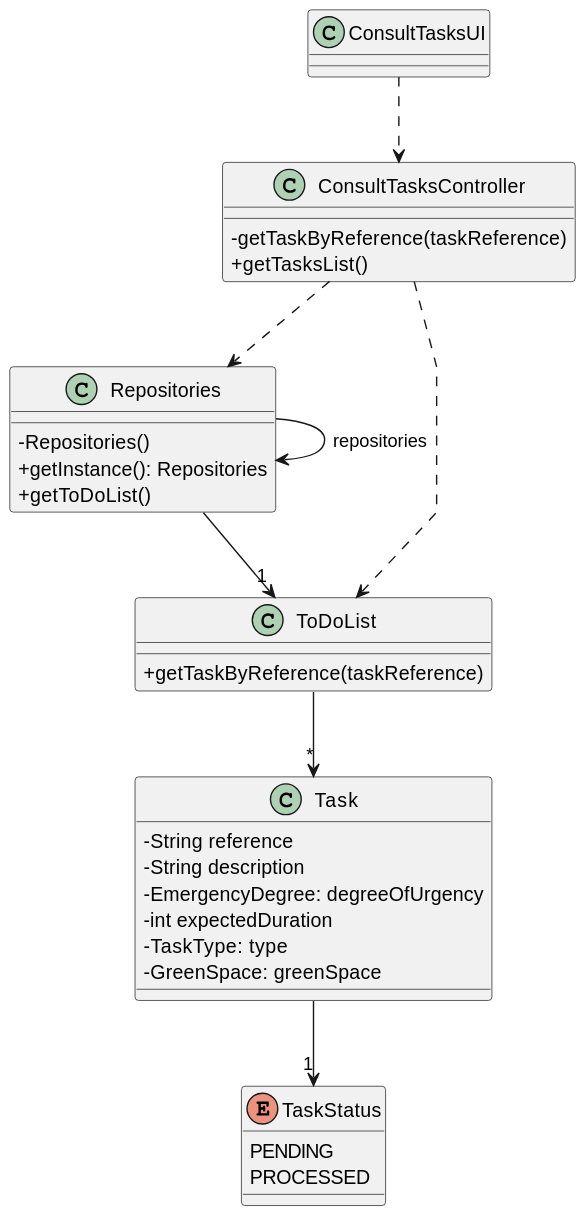
daniel41silva05/ISEP_2023_2024_LAPR2 keeps this PlantUML diagram as docs/sprintA&B&C/us028/03.design/svg/us028-class-diagram.svg. Above is the earlier version.
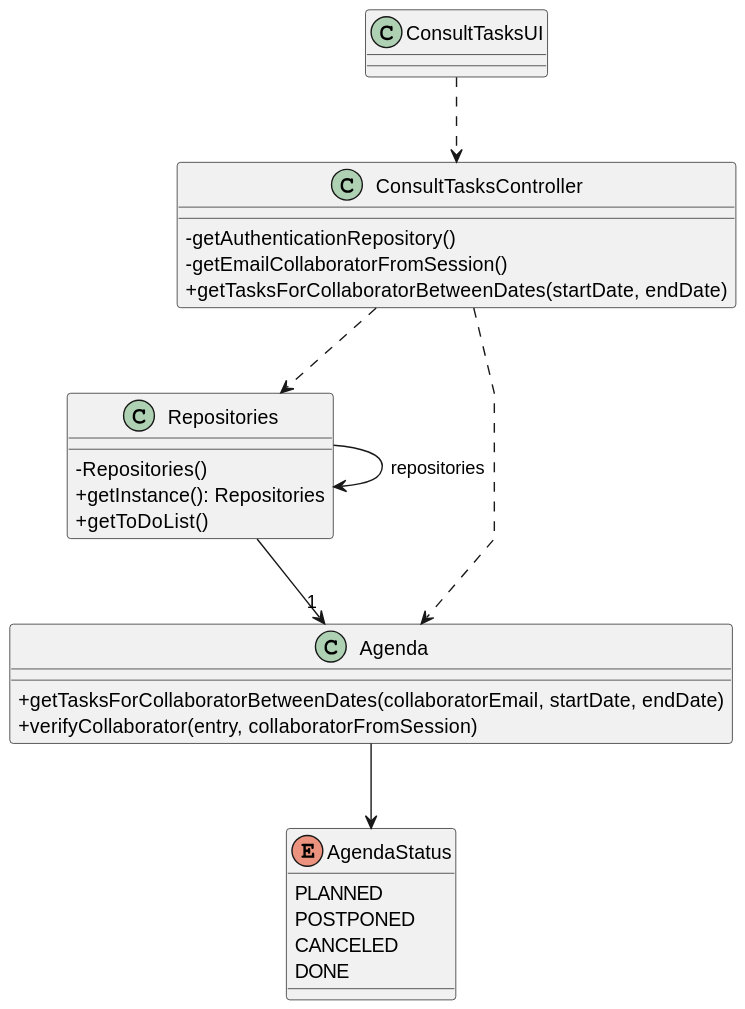
The same diagram one commit later.

Commit message:
US28 Class Diagram Correctionos

Diff of the diagram source:
```diff
@@ -8,8 +8,9 @@
 class ConsultTasksUI{}
 
 class ConsultTasksController{
-    -getTaskByReference(taskReference)
-    +getTasksList()
+    - getAuthenticationRepository()
+    - getEmailCollaboratorFromSession()
+    + getTasksForCollaboratorBetweenDates(startDate, endDate)
 }
 
 class Repositories{
@@ -18,35 +19,27 @@
     +getToDoList()
 }
 
-class ToDoList{
-    +getTaskByReference(taskReference)
+class Agenda{
+    + getTasksForCollaboratorBetweenDates(collaboratorEmail, startDate, endDate)
+    + verifyCollaborator(entry, collaboratorFromSession)
 }
 
-class Task{
-    -String reference
-    -String description
-    -EmergencyDegree: degreeOfUrgency
-    -int expectedDuration
-    -TaskType: type
-    -GreenSpace: greenSpace
-}
-
-enum TaskStatus{
-    PENDING
-    PROCESSED
+enum AgendaStatus{
+        PLANNED
+        POSTPONED
+        CANCELED
+        DONE
 }
 
 ConsultTasksUI ..> ConsultTasksController
 
 ConsultTasksController ..> Repositories
 
-ConsultTasksController ..> ToDoList
+ConsultTasksController ..> Agenda
 
 Repositories --> Repositories: repositories
 
-Repositories --> "1" ToDoList
+Repositories --> "1" Agenda
 
-ToDoList --> "*" Task
-
-Task --> "1" TaskStatus
+Agenda --> AgendaStatus
 @enduml
```
